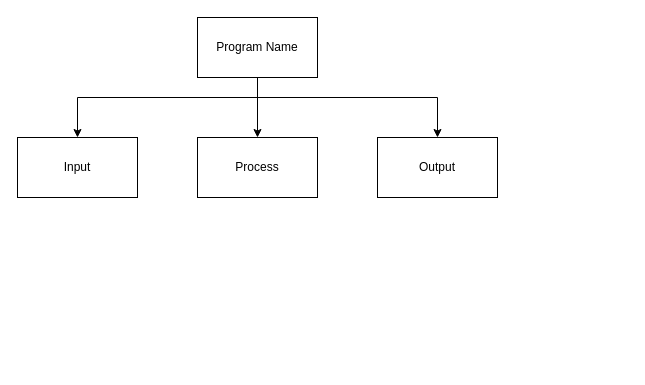
Above: design/topdown.drawio in MTHS-ICS3U-2-2022/ICS3U-Unit-4-04-Nina-S-Mathew (draw.io), before the change. Source tidied: cells renumbered, new cells numbered last; positions are measured from the earlier drawing's top-left corner, leaving out a move shared by most shapes. Both pictures are drawn from the tidied source at 100%, with x=0, y=0 at pixel (17, 17).
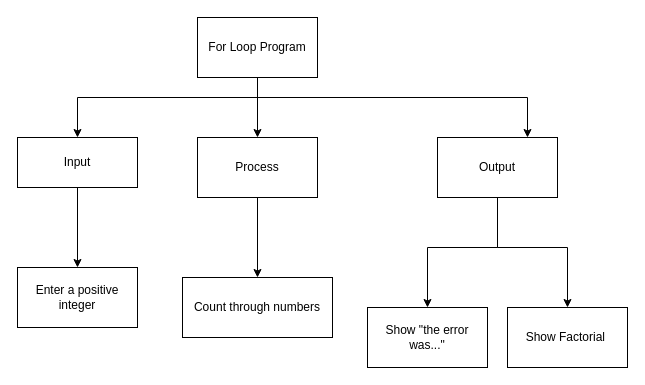
The same page after the edit.

Unchanged cells that the change refers to:
```xml
<mxCell id="6" value="Process" style="rounded=0;whiteSpace=wrap;html=1;" parent="1" vertex="1">
  <mxGeometry x="180" y="120" width="120" height="60" as="geometry" />
</mxCell>
```

Diff of the diagram source:
```diff
@@
-    <mxCell id="2" style="edgeStyle=orthogonalEdgeStyle;html=1;rounded=0;" parent="1" edge="1" source="5" target="6">
-      <mxGeometry relative="1" as="geometry" />
-    </mxCell>
-    <mxCell id="3" style="edgeStyle=orthogonalEdgeStyle;rounded=0;html=1;" parent="1" edge="1" source="5" target="7">
-      <mxGeometry relative="1" as="geometry">
-        <Array as="points">
-          <mxPoint x="240" y="80" />
-          <mxPoint x="420" y="80" />
-        </Array>
-      </mxGeometry>
-    </mxCell>
-    <mxCell id="4" style="edgeStyle=orthogonalEdgeStyle;rounded=0;html=1;" parent="1" edge="1" source="5" target="8">
-      <mxGeometry relative="1" as="geometry">
-        <Array as="points">
-          <mxPoint x="240" y="80" />
-          <mxPoint x="60" y="80" />
-        </Array>
-      </mxGeometry>
+    <mxCell id="4" style="edgeStyle=orthogonalEdgeStyle;html=1;rounded=0;" parent="1" edge="1" source="11" target="6">
+      <mxGeometry relative="1" as="geometry" />
     </mxCell>
-    <mxCell id="5" value="Program Name" style="rounded=0;whiteSpace=wrap;html=1;" parent="1" vertex="1">
-      <mxGeometry x="180" width="120" height="60" as="geometry" />
-    </mxCell>
+    <mxCell id="9" style="edgeStyle=orthogonalEdgeStyle;rounded=0;html=1;" parent="1" edge="1" source="11" target="7">
+      <mxGeometry relative="1" as="geometry">
+        <Array as="points">
+          <mxPoint x="240" y="80" />
+          <mxPoint x="510" y="80" />
+        </Array>
+      </mxGeometry>
+    </mxCell>
+    <mxCell id="10" style="edgeStyle=orthogonalEdgeStyle;rounded=0;html=1;" parent="1" edge="1" source="11" target="8">
+      <mxGeometry relative="1" as="geometry">
+        <Array as="points">
+          <mxPoint x="240" y="80" />
+          <mxPoint x="60" y="80" />
+        </Array>
+      </mxGeometry>
+    </mxCell>
+    <mxCell id="11" value="For Loop Program" style="rounded=0;whiteSpace=wrap;html=1;" parent="1" vertex="1">
+      <mxGeometry x="180" width="120" height="60" as="geometry" />
+    </mxCell>
+    <mxCell id="12" style="edgeStyle=none;html=1;" parent="1" edge="1" source="6" target="17">
+      <mxGeometry relative="1" as="geometry" />
+    </mxCell>
@@
+    <mxCell id="13" style="edgeStyle=none;html=1;rounded=0;" parent="1" edge="1" source="7" target="18">
+      <mxGeometry relative="1" as="geometry">
+        <Array as="points">
+          <mxPoint x="480" y="230" />
+          <mxPoint x="410" y="230" />
+        </Array>
+      </mxGeometry>
+    </mxCell>
+    <mxCell id="14" style="edgeStyle=none;html=1;exitX=0.5;exitY=1;exitDx=0;exitDy=0;entryX=0.5;entryY=0;entryDx=0;entryDy=0;rounded=0;" parent="1" edge="1" source="7" target="19">
+      <mxGeometry relative="1" as="geometry">
+        <Array as="points">
+          <mxPoint x="480" y="230" />
+          <mxPoint x="550" y="230" />
+        </Array>
+      </mxGeometry>
+    </mxCell>
     <mxCell id="7" value="Output" style="rounded=0;whiteSpace=wrap;html=1;" parent="1" vertex="1">
-      <mxGeometry x="360" y="120" width="120" height="60" as="geometry" />
+      <mxGeometry x="420" y="120" width="120" height="60" as="geometry" />
     </mxCell>
+    <mxCell id="15" style="edgeStyle=none;html=1;" parent="1" edge="1" source="8" target="16">
+      <mxGeometry relative="1" as="geometry" />
+    </mxCell>
     <mxCell id="8" value="Input" style="rounded=0;whiteSpace=wrap;html=1;" parent="1" vertex="1">
-      <mxGeometry y="120" width="120" height="60" as="geometry" />
+      <mxGeometry y="120" width="120" height="50" as="geometry" />
     </mxCell>
+    <mxCell id="16" value="Enter a positive integer" style="rounded=0;whiteSpace=wrap;html=1;" parent="1" vertex="1">
+      <mxGeometry y="250" width="120" height="60" as="geometry" />
+    </mxCell>
+    <mxCell id="17" value="Count through numbers" style="rounded=0;whiteSpace=wrap;html=1;" parent="1" vertex="1">
+      <mxGeometry x="165" y="260" width="150" height="60" as="geometry" />
+    </mxCell>
+    <mxCell id="18" value="Show &quot;the error was...&quot;" style="rounded=0;whiteSpace=wrap;html=1;" parent="1" vertex="1">
+      <mxGeometry x="350" y="290" width="120" height="60" as="geometry" />
+    </mxCell>
+    <mxCell id="19" value="Show Factorial&amp;nbsp;" style="rounded=0;whiteSpace=wrap;html=1;" parent="1" vertex="1">
+      <mxGeometry x="490" y="290" width="120" height="60" as="geometry" />
+    </mxCell>
```
